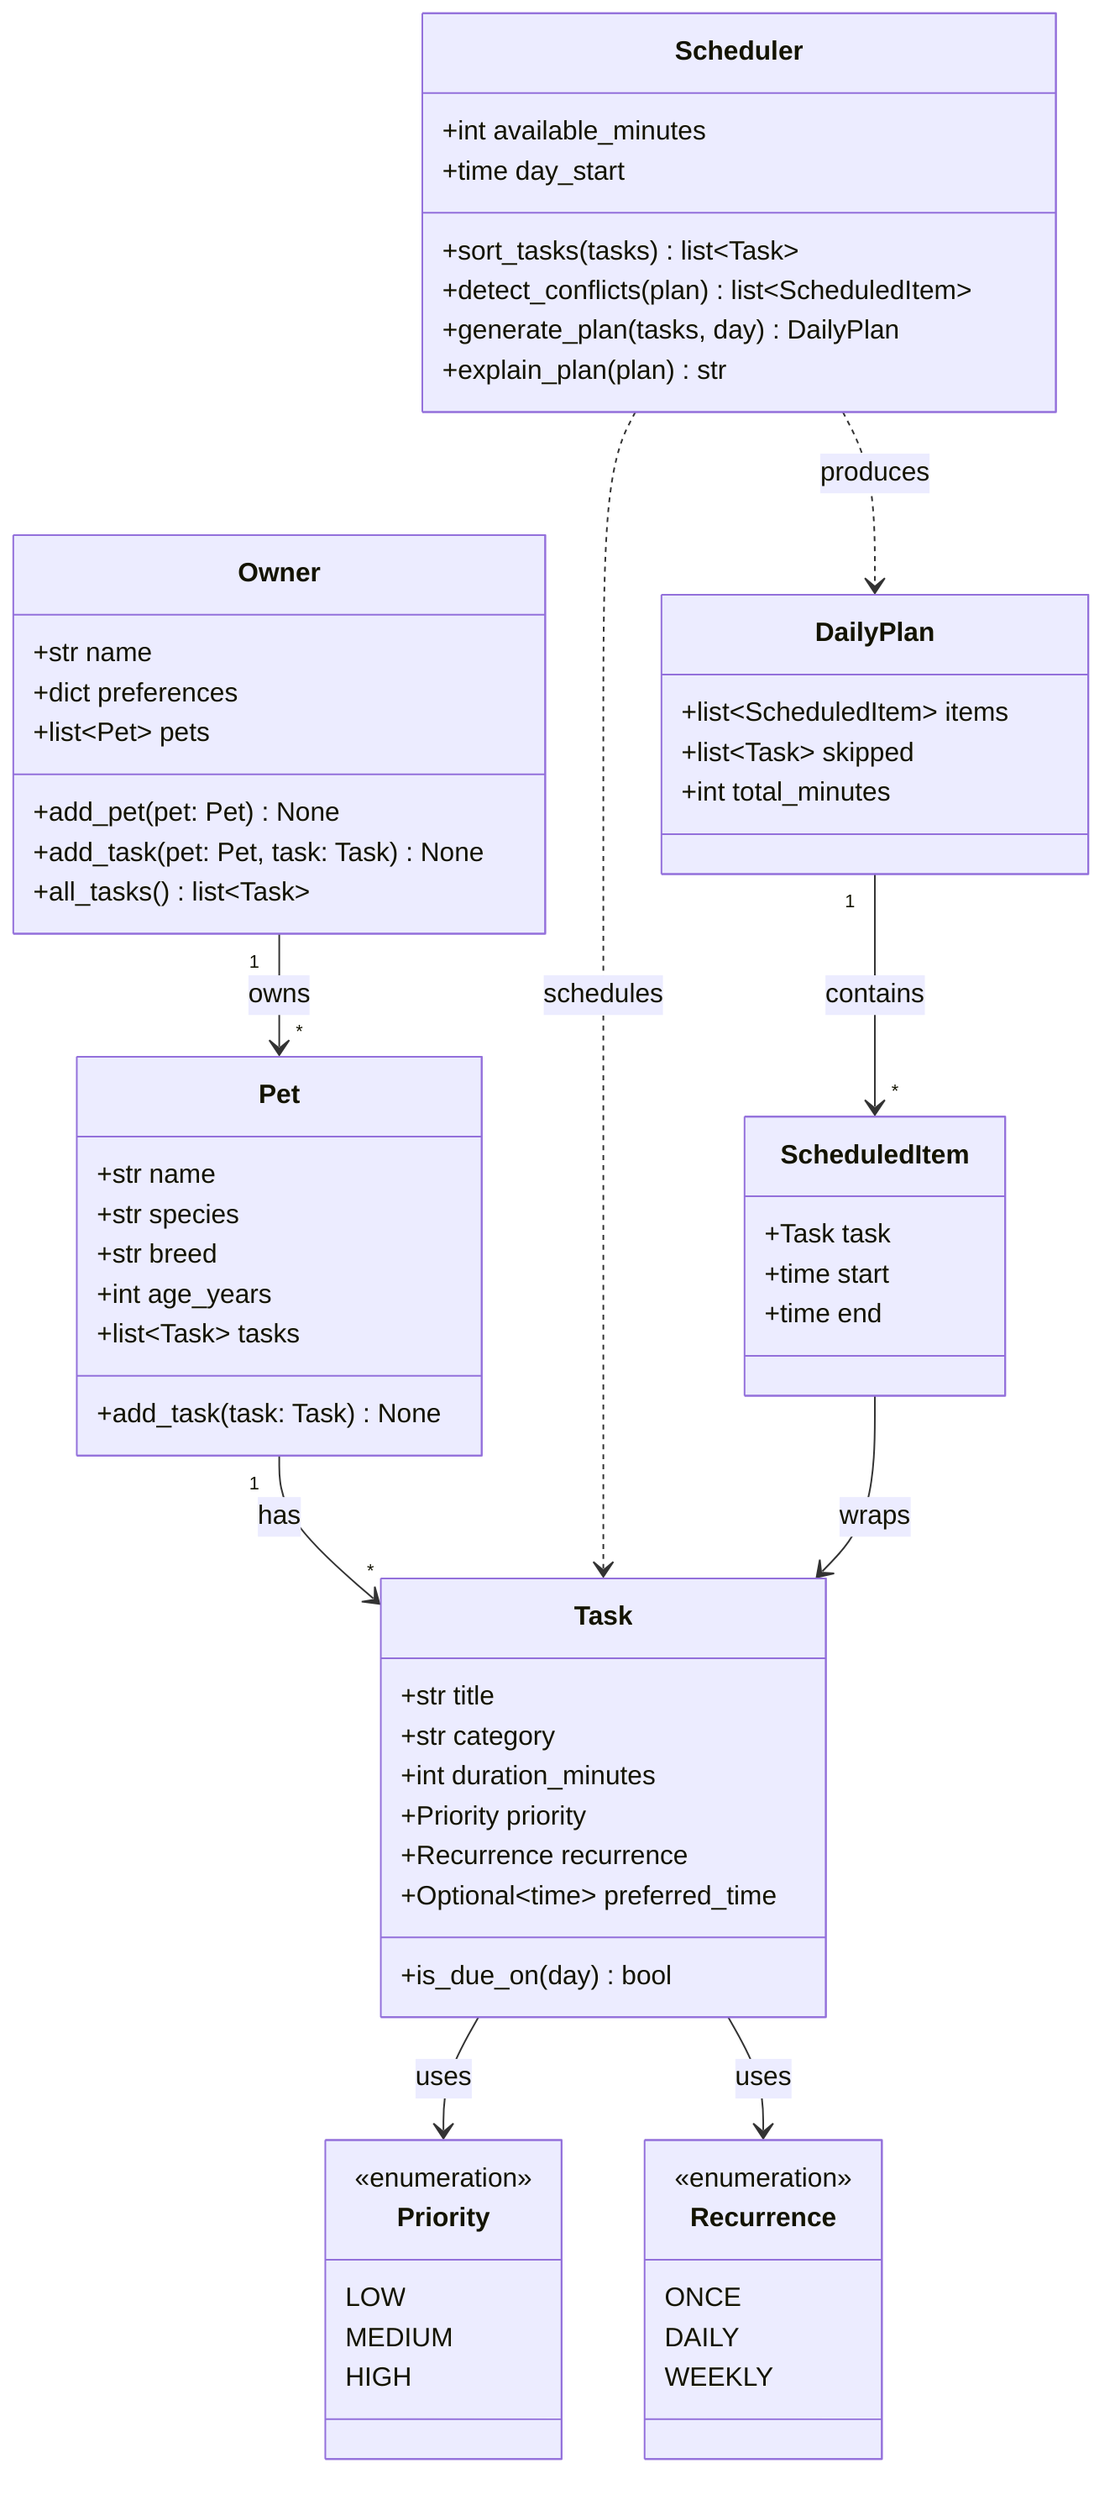
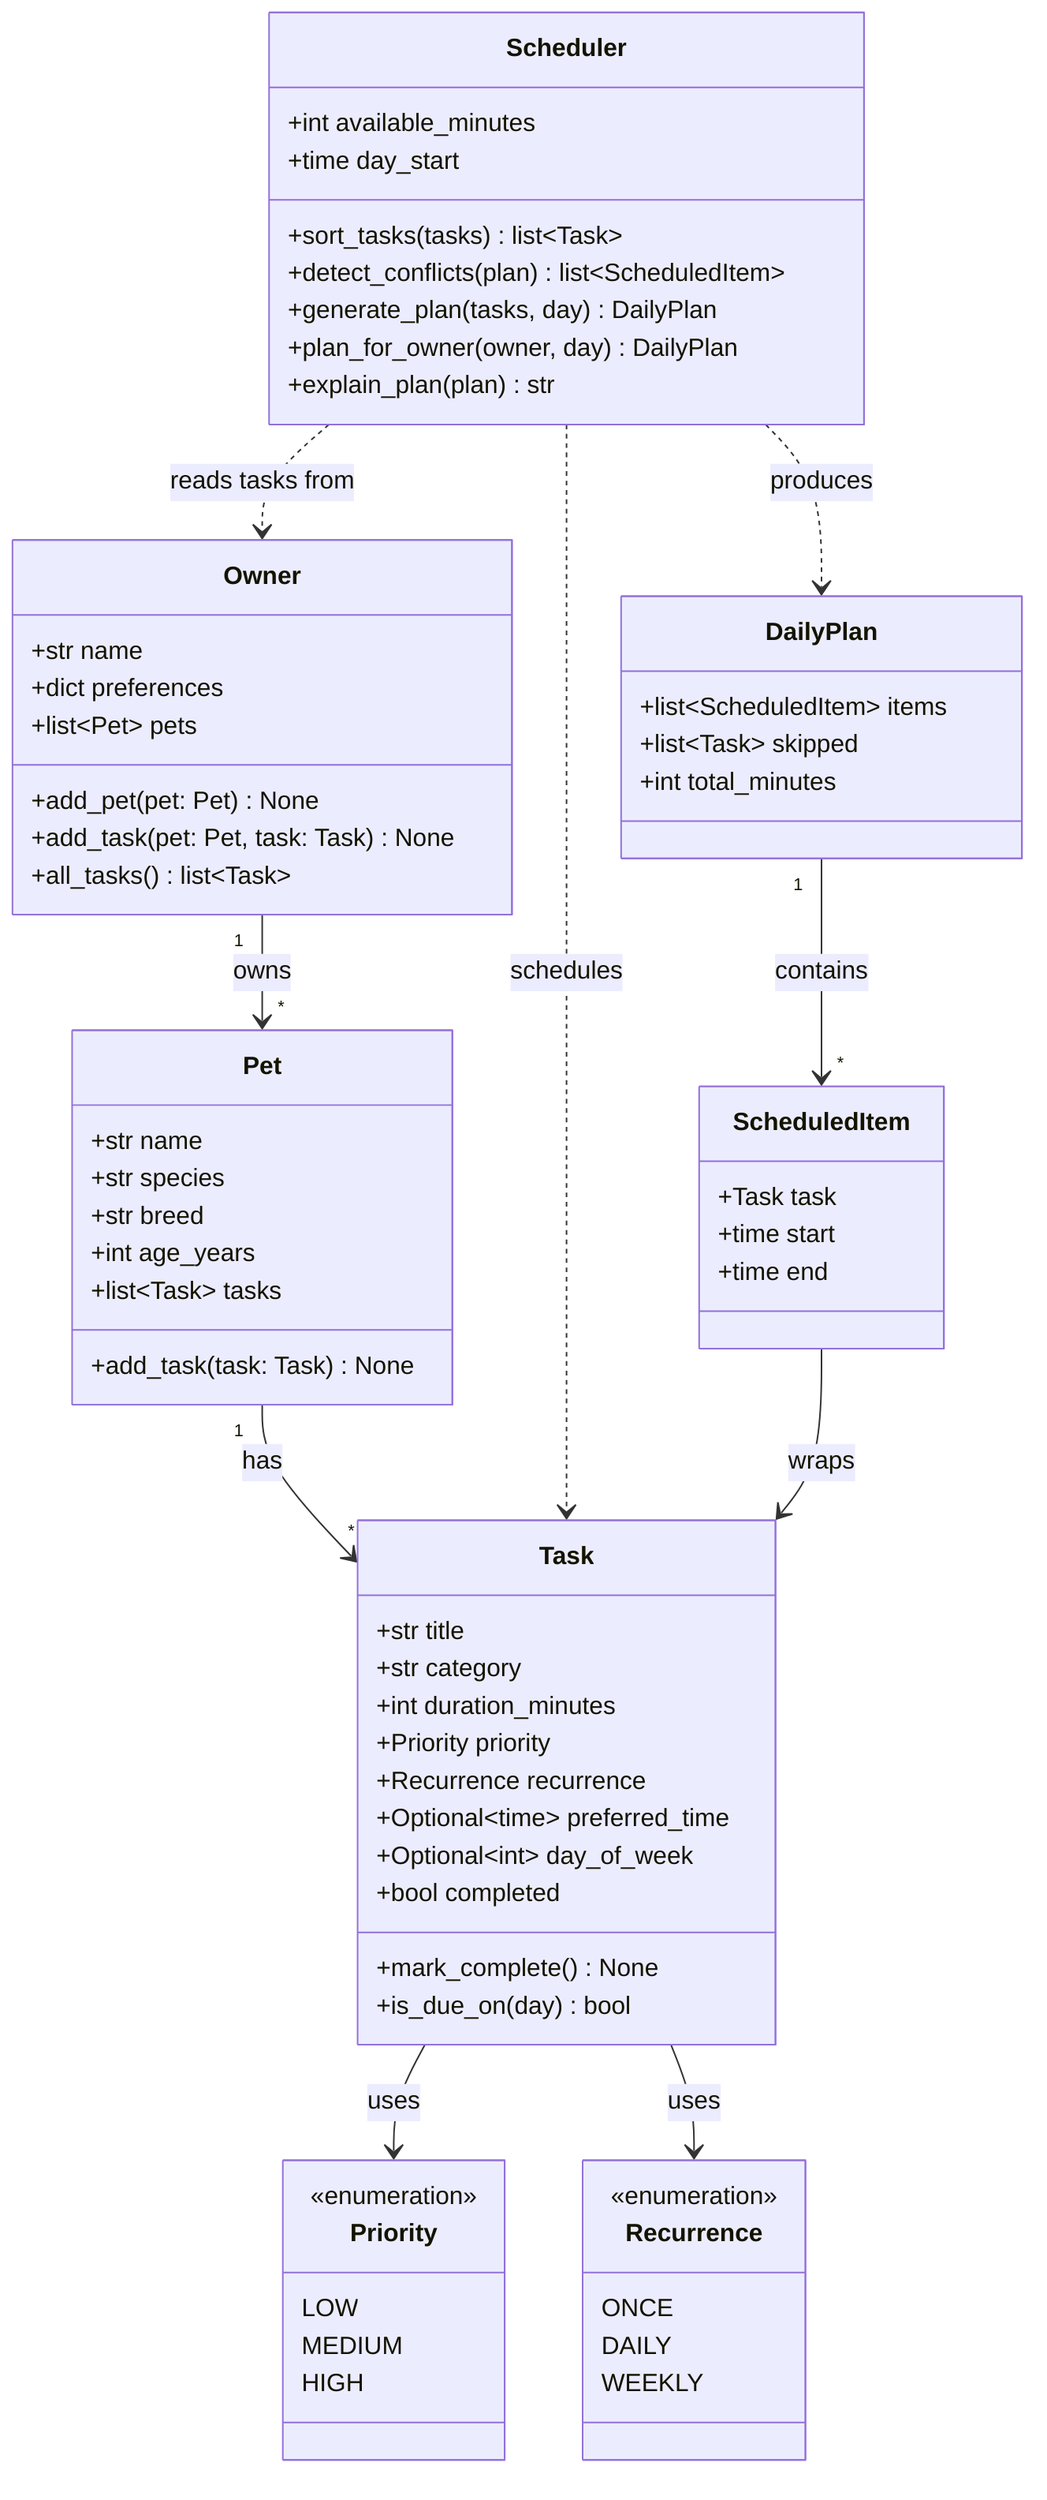
classDiagram
    %% PawPal+ class design (Phase 1 draft — update in Phase 6 to match implementation)

    class Owner {
        +str name
        +dict preferences
        +list~Pet~ pets
        +add_pet(pet: Pet) None
        +add_task(pet: Pet, task: Task) None
        +all_tasks() list~Task~
    }

    class Pet {
        +str name
        +str species
        +str breed
        +int age_years
        +list~Task~ tasks
        +add_task(task: Task) None
    }

    class Task {
        +str title
        +str category
        +int duration_minutes
        +Priority priority
        +Recurrence recurrence
        +Optional~time~ preferred_time
+         +Optional~int~ day_of_week
+         +bool completed
+         +mark_complete() None
        +is_due_on(day) bool
    }

    class Scheduler {
        +int available_minutes
        +time day_start
        +sort_tasks(tasks) list~Task~
        +detect_conflicts(plan) list~ScheduledItem~
        +generate_plan(tasks, day) DailyPlan
+         +plan_for_owner(owner, day) DailyPlan
        +explain_plan(plan) str
    }

    class ScheduledItem {
        +Task task
        +time start
        +time end
    }

    class DailyPlan {
        +list~ScheduledItem~ items
        +list~Task~ skipped
        +int total_minutes
    }

    class Priority {
        <<enumeration>>
        LOW
        MEDIUM
        HIGH
    }

    class Recurrence {
        <<enumeration>>
        ONCE
        DAILY
        WEEKLY
    }

    Owner "1" --> "*" Pet : owns
    Pet "1" --> "*" Task : has
    Scheduler ..> Task : schedules
+     Scheduler ..> Owner : reads tasks from
    Scheduler ..> DailyPlan : produces
    DailyPlan "1" --> "*" ScheduledItem : contains
    ScheduledItem --> Task : wraps
    Task --> Priority : uses
    Task --> Recurrence : uses
